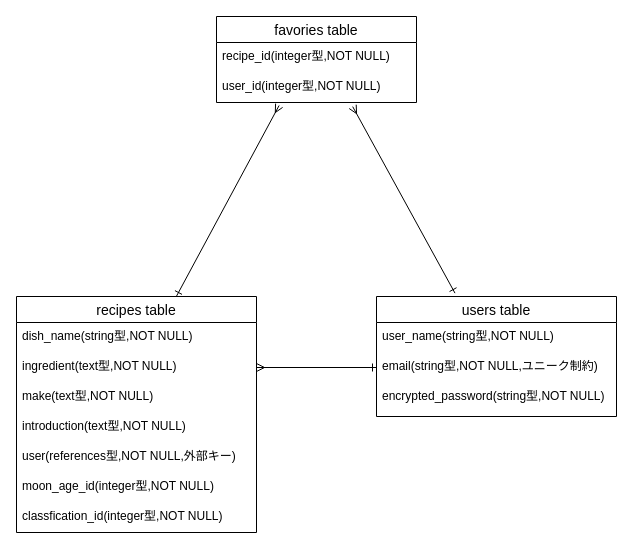
Earlier version of the draw.io diagram babyfoodrecipe.dio (yyhoshino/babyfoodrecipe). Source tidied: cells renumbered, new cells numbered last; positions are measured from the earlier drawing's top-left corner, leaving out a move shared by most shapes. Both pictures are drawn from the tidied source at 100%, with x=0, y=0 at pixel (16, 16).
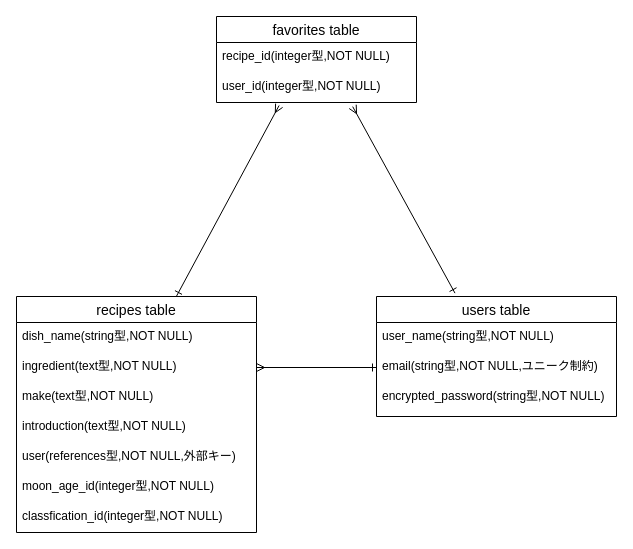
The same page after the edit.

Change to the diagram source:
```diff
@@
 <mxGraphModel>
   <root>
     <mxCell id="0" />
     <mxCell id="1" parent="0" />
     <mxCell id="2" style="edgeStyle=none;rounded=0;html=1;exitX=0.327;exitY=-0.028;exitDx=0;exitDy=0;entryX=0.681;entryY=1.137;entryDx=0;entryDy=0;entryPerimeter=0;startArrow=ERone;startFill=0;endArrow=ERmany;endFill=0;exitPerimeter=0;" parent="1" edge="1" source="3" target="9">
       <mxGeometry relative="1" as="geometry" />
     </mxCell>
     <mxCell id="3" value="users table" style="swimlane;fontStyle=0;horizontal=1;startSize=26;align=center;fontSize=14;" parent="1" vertex="1">
       <mxGeometry x="360" y="280" width="240" height="120" as="geometry" />
     </mxCell>
     <mxCell id="4" value="user_name(string型,NOT NULL)" style="text;strokeColor=none;fillColor=none;spacingLeft=4;spacingRight=4;overflow=hidden;fontSize=12;" parent="3" vertex="1">
       <mxGeometry y="26" width="240" height="30" as="geometry" />
     </mxCell>
     <mxCell id="5" value="email(string型,NOT NULL,ユニーク制約)" style="text;strokeColor=none;fillColor=none;spacingLeft=4;spacingRight=4;overflow=hidden;points=[[0,0.5],[1,0.5]];portConstraint=eastwest;fontSize=12;" parent="3" vertex="1">
       <mxGeometry y="56" width="240" height="30" as="geometry" />
     </mxCell>
     <mxCell id="6" value="encrypted_password(string型,NOT NULL)&#10;" style="text;strokeColor=none;fillColor=none;spacingLeft=4;spacingRight=4;overflow=hidden;fontSize=12;" parent="3" vertex="1">
       <mxGeometry y="86" width="240" height="34" as="geometry" />
     </mxCell>
-    <mxCell id="7" value="favories table" style="swimlane;fontStyle=0;horizontal=1;startSize=26;align=center;fontSize=14;" parent="1" vertex="1">
+    <mxCell id="7" value="favorites table" style="swimlane;fontStyle=0;horizontal=1;startSize=26;align=center;fontSize=14;" parent="1" vertex="1">
       <mxGeometry x="200" width="200" height="86" as="geometry" />
     </mxCell>
     <mxCell id="8" value="recipe_id(integer型,NOT NULL)" style="text;strokeColor=none;fillColor=none;spacingLeft=4;spacingRight=4;overflow=hidden;fontSize=12;" parent="7" vertex="1">
       <mxGeometry y="26" width="200" height="30" as="geometry" />
     </mxCell>
     <mxCell id="9" value="user_id(integer型,NOT NULL)" style="text;strokeColor=none;fillColor=none;spacingLeft=4;spacingRight=4;overflow=hidden;points=[[0,0.5],[1,0.5]];portConstraint=eastwest;fontSize=12;" parent="7" vertex="1">
       <mxGeometry y="56" width="200" height="30" as="geometry" />
     </mxCell>
     <mxCell id="10" style="edgeStyle=none;html=1;entryX=0.313;entryY=1.1;entryDx=0;entryDy=0;entryPerimeter=0;endArrow=ERmany;endFill=0;startArrow=ERone;startFill=0;rounded=0;exitX=0.667;exitY=-0.002;exitDx=0;exitDy=0;exitPerimeter=0;" parent="1" edge="1" source="11" target="9">
       <mxGeometry relative="1" as="geometry" />
     </mxCell>
     <mxCell id="11" value="recipes table" style="swimlane;fontStyle=0;horizontal=1;startSize=26;align=center;fontSize=14;" parent="1" vertex="1">
       <mxGeometry y="280" width="240" height="236" as="geometry" />
     </mxCell>
     <mxCell id="12" value="dish_name(string型,NOT NULL)" style="text;strokeColor=none;fillColor=none;spacingLeft=4;spacingRight=4;overflow=hidden;fontSize=12;" parent="11" vertex="1">
       <mxGeometry y="26" width="240" height="30" as="geometry" />
     </mxCell>
     <mxCell id="13" value="ingredient(text型,NOT NULL)" style="text;strokeColor=none;fillColor=none;spacingLeft=4;spacingRight=4;overflow=hidden;points=[[0,0.5],[1,0.5]];portConstraint=eastwest;fontSize=12;" parent="11" vertex="1">
       <mxGeometry y="56" width="240" height="30" as="geometry" />
     </mxCell>
     <mxCell id="14" value="make(text型,NOT NULL)" style="text;strokeColor=none;fillColor=none;spacingLeft=4;spacingRight=4;overflow=hidden;fontSize=12;" parent="11" vertex="1">
       <mxGeometry y="86" width="240" height="30" as="geometry" />
     </mxCell>
     <mxCell id="15" value="introduction(text型,NOT NULL)" style="text;strokeColor=none;fillColor=none;spacingLeft=4;spacingRight=4;overflow=hidden;fontSize=12;" parent="11" vertex="1">
       <mxGeometry y="116" width="240" height="30" as="geometry" />
     </mxCell>
     <mxCell id="16" value="user(references型,NOT NULL,外部キー)" style="text;strokeColor=none;fillColor=none;spacingLeft=4;spacingRight=4;overflow=hidden;fontSize=12;" parent="11" vertex="1">
       <mxGeometry y="146" width="240" height="30" as="geometry" />
     </mxCell>
     <mxCell id="17" value="moon_age_id(integer型,NOT NULL)" style="text;strokeColor=none;fillColor=none;spacingLeft=4;spacingRight=4;overflow=hidden;fontSize=12;" parent="11" vertex="1">
       <mxGeometry y="176" width="240" height="30" as="geometry" />
     </mxCell>
     <mxCell id="18" value="classfication_id(integer型,NOT NULL)" style="text;strokeColor=none;fillColor=none;spacingLeft=4;spacingRight=4;overflow=hidden;fontSize=12;" parent="11" vertex="1">
       <mxGeometry y="206" width="240" height="30" as="geometry" />
     </mxCell>
     <mxCell id="19" style="edgeStyle=none;rounded=0;html=1;exitX=0;exitY=0.5;exitDx=0;exitDy=0;entryX=1;entryY=0.5;entryDx=0;entryDy=0;startArrow=ERone;startFill=0;endArrow=ERmany;endFill=0;" parent="1" edge="1" source="5" target="13">
       <mxGeometry relative="1" as="geometry" />
     </mxCell>
   </root>
 </mxGraphModel>
```
